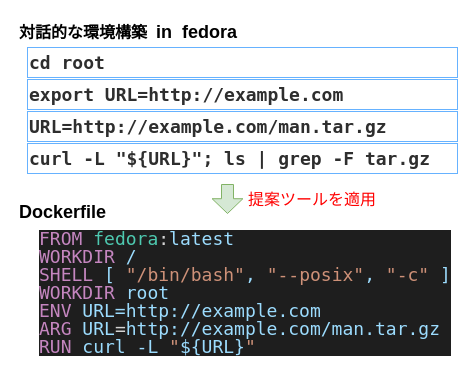
Above: slide/img/outline.drawio in posl/dit (draw.io), before the change. Source tidied: cells renumbered, new cells numbered last; positions are measured from the earlier drawing's top-left corner, leaving out a move shared by most shapes. Both pictures are drawn from the tidied source at 100%, with x=0, y=0 at pixel (17, 17).
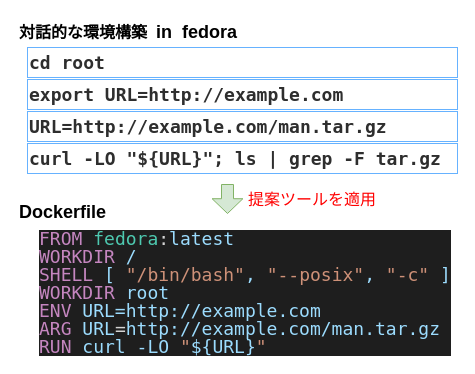
The same page after the edit.

Commit message (it also covers changes not shown here):
added -O option to the curl command

Change to the diagram source:
```diff
@@
 <mxGraphModel>
   <root>
     <mxCell id="0" />
     <mxCell id="1" parent="0" />
     <mxCell id="2" value="&lt;font style=&quot;&quot;&gt;&lt;b style=&quot;&quot;&gt;&lt;span style=&quot;font-size: 16px;&quot;&gt;対話的な環境構築&amp;nbsp; &lt;/span&gt;&lt;font style=&quot;font-size: 18px;&quot;&gt;in&amp;nbsp; fedora&lt;/font&gt;&lt;/b&gt;&lt;/font&gt;" style="text;html=1;strokeColor=none;fillColor=none;align=left;verticalAlign=middle;whiteSpace=wrap;rounded=0;" parent="1" vertex="1">
       <mxGeometry width="220" height="30" as="geometry" />
     </mxCell>
     <mxCell id="3" value="&lt;b style=&quot;&quot;&gt;&lt;font style=&quot;font-size: 18px;&quot;&gt;Dockerfile&lt;/font&gt;&lt;/b&gt;" style="text;html=1;strokeColor=none;fillColor=none;align=left;verticalAlign=middle;whiteSpace=wrap;rounded=0;" parent="1" vertex="1">
       <mxGeometry y="180" width="90" height="30" as="geometry" />
     </mxCell>
     <mxCell id="4" value="&lt;div style=&quot;font-family: Menlo, Monaco, &amp;quot;Courier New&amp;quot;, monospace; line-height: 18px;&quot;&gt;&lt;font color=&quot;#2e2e2e&quot; style=&quot;font-size: 18px;&quot;&gt;&lt;b&gt;cd root&lt;/b&gt;&lt;/font&gt;&lt;/div&gt;" style="text;html=1;strokeColor=#66B2FF;fillColor=none;align=left;verticalAlign=middle;whiteSpace=wrap;rounded=0;fontSize=18;" parent="1" vertex="1">
       <mxGeometry x="10" y="30" width="430" height="30" as="geometry" />
     </mxCell>
     <mxCell id="5" value="&lt;div style=&quot;font-family: Menlo, Monaco, &amp;quot;Courier New&amp;quot;, monospace; line-height: 18px;&quot;&gt;&lt;font color=&quot;#2e2e2e&quot; style=&quot;font-size: 18px;&quot;&gt;&lt;b&gt;export URL=http://example.com&lt;/b&gt;&lt;/font&gt;&lt;/div&gt;" style="text;html=1;strokeColor=#66B2FF;fillColor=none;align=left;verticalAlign=middle;whiteSpace=wrap;rounded=0;fontSize=18;" parent="1" vertex="1">
       <mxGeometry x="10" y="62" width="430" height="30" as="geometry" />
     </mxCell>
     <mxCell id="6" value="&lt;div style=&quot;font-family: Menlo, Monaco, &amp;quot;Courier New&amp;quot;, monospace; line-height: 18px;&quot;&gt;&lt;font color=&quot;#2e2e2e&quot; style=&quot;font-size: 18px;&quot;&gt;&lt;b&gt;URL=http://example.com/man.tar.gz&lt;/b&gt;&lt;/font&gt;&lt;/div&gt;" style="text;html=1;strokeColor=#66B2FF;fillColor=none;align=left;verticalAlign=middle;whiteSpace=wrap;rounded=0;fontSize=18;" parent="1" vertex="1">
       <mxGeometry x="10" y="94" width="430" height="30" as="geometry" />
     </mxCell>
-    <mxCell id="7" value="&lt;div style=&quot;font-family: Menlo, Monaco, &amp;quot;Courier New&amp;quot;, monospace; line-height: 18px;&quot;&gt;&lt;font color=&quot;#2e2e2e&quot;&gt;&lt;b&gt;curl -L &quot;${URL}&quot;; ls | grep -F tar.gz&lt;/b&gt;&lt;/font&gt;&lt;/div&gt;" style="text;html=1;strokeColor=#66B2FF;fillColor=none;align=left;verticalAlign=middle;whiteSpace=wrap;rounded=0;fontSize=18;" parent="1" vertex="1">
+    <mxCell id="7" value="&lt;div style=&quot;font-family: Menlo, Monaco, &amp;quot;Courier New&amp;quot;, monospace; line-height: 18px;&quot;&gt;&lt;font color=&quot;#2e2e2e&quot;&gt;&lt;b&gt;curl -LO &quot;${URL}&quot;; ls | grep -F tar.gz&lt;/b&gt;&lt;/font&gt;&lt;/div&gt;" style="text;html=1;strokeColor=#66B2FF;fillColor=none;align=left;verticalAlign=middle;whiteSpace=wrap;rounded=0;fontSize=18;" parent="1" vertex="1">
       <mxGeometry x="10" y="126" width="430" height="30" as="geometry" />
     </mxCell>
     <mxCell id="8" style="shape=flexArrow;endArrow=classic;html=1;fontSize=15;fontColor=#2E2E2E;fillColor=#d5e8d4;strokeColor=#82b366;width=12;endWidth=17.77777777777778;endSize=4.588888888888889;" parent="1" edge="1">
       <mxGeometry relative="1" as="geometry">
         <mxPoint x="210" y="166.5" as="sourcePoint" />
         <mxPoint x="210" y="196.5" as="targetPoint" />
       </mxGeometry>
     </mxCell>
     <mxCell id="9" value="&lt;font color=&quot;#ff0000&quot; style=&quot;font-size: 16px;&quot;&gt;提案ツールを適用&lt;/font&gt;" style="text;html=1;strokeColor=none;fillColor=none;align=center;verticalAlign=middle;whiteSpace=wrap;rounded=0;labelBackgroundColor=none;fontSize=18;fontColor=#2E2E2E;" parent="1" vertex="1">
       <mxGeometry x="230" y="167" width="130" height="30" as="geometry" />
     </mxCell>
-    <mxCell id="10" value="&lt;div style=&quot;background-color: rgb(30, 30, 30); font-family: Menlo, Monaco, &amp;quot;Courier New&amp;quot;, monospace; line-height: 18px; font-size: 18px;&quot;&gt;&lt;div style=&quot;color: rgb(212, 212, 212);&quot;&gt;&lt;span style=&quot;color: #c586c0;&quot;&gt;FROM&lt;/span&gt; &lt;span style=&quot;color: #4ec9b0;&quot;&gt;fedora&lt;/span&gt;:&lt;span style=&quot;color: #9cdcfe;&quot;&gt;latest&lt;/span&gt;&lt;/div&gt;&lt;div style=&quot;color: rgb(212, 212, 212);&quot;&gt;&lt;span style=&quot;color: #c586c0;&quot;&gt;WORKDIR&lt;/span&gt; &lt;span style=&quot;color: #9cdcfe;&quot;&gt;/&lt;/span&gt;&lt;/div&gt;&lt;div style=&quot;color: rgb(212, 212, 212);&quot;&gt;&lt;span style=&quot;color: #c586c0;&quot;&gt;SHELL&lt;/span&gt; &lt;span style=&quot;color: #9cdcfe;&quot;&gt;[&lt;/span&gt; &lt;span style=&quot;color: #ce9178;&quot;&gt;&quot;/bin/bash&quot;&lt;/span&gt;&lt;span style=&quot;color: #9cdcfe;&quot;&gt;,&lt;/span&gt; &lt;span style=&quot;color: #ce9178;&quot;&gt;&quot;--posix&quot;&lt;/span&gt;&lt;span style=&quot;color: #9cdcfe;&quot;&gt;,&lt;/span&gt; &lt;span style=&quot;color: #ce9178;&quot;&gt;&quot;-c&quot;&lt;/span&gt; &lt;span style=&quot;color: #9cdcfe;&quot;&gt;]&lt;/span&gt;&lt;/div&gt;&lt;div style=&quot;color: rgb(212, 212, 212);&quot;&gt;&lt;span style=&quot;color: #c586c0;&quot;&gt;WORKDIR&lt;/span&gt; &lt;span style=&quot;color: #9cdcfe;&quot;&gt;root&lt;/span&gt;&lt;/div&gt;&lt;div style=&quot;&quot;&gt;&lt;span style=&quot;color: rgb(197, 134, 192);&quot;&gt;ENV&lt;/span&gt;&lt;font color=&quot;#d4d4d4&quot;&gt;&amp;nbsp;&lt;/font&gt;&lt;font color=&quot;#9cdcfe&quot;&gt;URL=http://example.com&lt;/font&gt;&lt;/div&gt;&lt;div style=&quot;color: rgb(212, 212, 212);&quot;&gt;&lt;span style=&quot;color: #c586c0;&quot;&gt;ARG&lt;/span&gt; &lt;span style=&quot;color: #9cdcfe;&quot;&gt;URL&lt;/span&gt;=&lt;span style=&quot;color: #9cdcfe;&quot;&gt;http://example.com/man.tar.gz&lt;/span&gt;&lt;/div&gt;&lt;div style=&quot;color: rgb(212, 212, 212);&quot;&gt;&lt;span style=&quot;color: #c586c0;&quot;&gt;RUN&lt;/span&gt; &lt;span style=&quot;color: #9cdcfe;&quot;&gt;curl&lt;/span&gt; &lt;span style=&quot;color: #9cdcfe;&quot;&gt;-L&lt;/span&gt; &lt;span style=&quot;color: #ce9178;&quot;&gt;&quot;&lt;/span&gt;&lt;span style=&quot;color: #9cdcfe;&quot;&gt;${URL}&lt;/span&gt;&lt;span style=&quot;color: #ce9178;&quot;&gt;&quot;&lt;/span&gt;&lt;/div&gt;&lt;/div&gt;" style="text;html=1;strokeColor=none;fillColor=none;align=left;verticalAlign=middle;whiteSpace=wrap;rounded=0;labelBackgroundColor=none;fontSize=14;fontColor=#000000;" parent="1" vertex="1">
+    <mxCell id="10" value="&lt;div style=&quot;background-color: rgb(30, 30, 30); font-family: Menlo, Monaco, &amp;quot;Courier New&amp;quot;, monospace; line-height: 18px; font-size: 18px;&quot;&gt;&lt;div style=&quot;color: rgb(212, 212, 212);&quot;&gt;&lt;span style=&quot;color: #c586c0;&quot;&gt;FROM&lt;/span&gt; &lt;span style=&quot;color: #4ec9b0;&quot;&gt;fedora&lt;/span&gt;:&lt;span style=&quot;color: #9cdcfe;&quot;&gt;latest&lt;/span&gt;&lt;/div&gt;&lt;div style=&quot;color: rgb(212, 212, 212);&quot;&gt;&lt;span style=&quot;color: #c586c0;&quot;&gt;WORKDIR&lt;/span&gt; &lt;span style=&quot;color: #9cdcfe;&quot;&gt;/&lt;/span&gt;&lt;/div&gt;&lt;div style=&quot;color: rgb(212, 212, 212);&quot;&gt;&lt;span style=&quot;color: #c586c0;&quot;&gt;SHELL&lt;/span&gt; &lt;span style=&quot;color: #9cdcfe;&quot;&gt;[&lt;/span&gt; &lt;span style=&quot;color: #ce9178;&quot;&gt;&quot;/bin/bash&quot;&lt;/span&gt;&lt;span style=&quot;color: #9cdcfe;&quot;&gt;,&lt;/span&gt; &lt;span style=&quot;color: #ce9178;&quot;&gt;&quot;--posix&quot;&lt;/span&gt;&lt;span style=&quot;color: #9cdcfe;&quot;&gt;,&lt;/span&gt; &lt;span style=&quot;color: #ce9178;&quot;&gt;&quot;-c&quot;&lt;/span&gt; &lt;span style=&quot;color: #9cdcfe;&quot;&gt;]&lt;/span&gt;&lt;/div&gt;&lt;div style=&quot;color: rgb(212, 212, 212);&quot;&gt;&lt;span style=&quot;color: #c586c0;&quot;&gt;WORKDIR&lt;/span&gt; &lt;span style=&quot;color: #9cdcfe;&quot;&gt;root&lt;/span&gt;&lt;/div&gt;&lt;div style=&quot;&quot;&gt;&lt;span style=&quot;color: rgb(197, 134, 192);&quot;&gt;ENV&lt;/span&gt;&lt;font color=&quot;#d4d4d4&quot;&gt;&amp;nbsp;&lt;/font&gt;&lt;font color=&quot;#9cdcfe&quot;&gt;URL=http://example.com&lt;/font&gt;&lt;/div&gt;&lt;div style=&quot;color: rgb(212, 212, 212);&quot;&gt;&lt;span style=&quot;color: #c586c0;&quot;&gt;ARG&lt;/span&gt; &lt;span style=&quot;color: #9cdcfe;&quot;&gt;URL&lt;/span&gt;=&lt;span style=&quot;color: #9cdcfe;&quot;&gt;http://example.com/man.tar.gz&lt;/span&gt;&lt;/div&gt;&lt;div style=&quot;color: rgb(212, 212, 212);&quot;&gt;&lt;span style=&quot;color: #c586c0;&quot;&gt;RUN&lt;/span&gt; &lt;span style=&quot;color: #9cdcfe;&quot;&gt;curl&lt;/span&gt; &lt;span style=&quot;color: #9cdcfe;&quot;&gt;-LO&lt;/span&gt; &lt;span style=&quot;color: #ce9178;&quot;&gt;&quot;&lt;/span&gt;&lt;span style=&quot;color: #9cdcfe;&quot;&gt;${URL}&lt;/span&gt;&lt;span style=&quot;color: #ce9178;&quot;&gt;&quot;&lt;/span&gt;&lt;/div&gt;&lt;/div&gt;" style="text;html=1;strokeColor=none;fillColor=none;align=left;verticalAlign=middle;whiteSpace=wrap;rounded=0;labelBackgroundColor=none;fontSize=14;fontColor=#000000;" parent="1" vertex="1">
       <mxGeometry x="20" y="210" width="420" height="130" as="geometry" />
     </mxCell>
   </root>
 </mxGraphModel>
```
